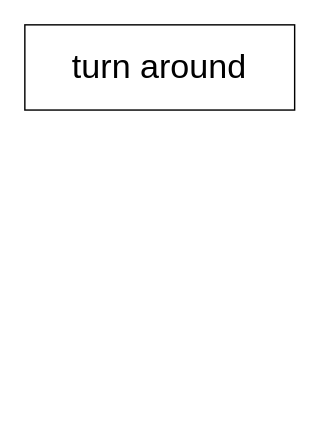
Above: document/work_flow.drawio in muzi2018/centauro_long_task (draw.io), before the change. Source tidied: cells renumbered, new cells numbered last; positions are measured from the earlier drawing's top-left corner, leaving out a move shared by most shapes. Both pictures are drawn from the tidied source at 142%, with x=0, y=0 at pixel (24, 24).
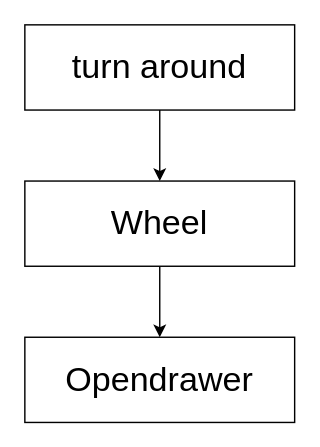
The same page after the edit.

What changed in the source:
```diff
@@
 <mxGraphModel>
   <root>
     <mxCell id="0" />
     <mxCell id="1" parent="0" />
+    <mxCell id="3" style="edgeStyle=none;html=1;" parent="1" edge="1" source="2">
+      <mxGeometry relative="1" as="geometry">
+        <mxPoint x="95" y="110" as="targetPoint" />
+      </mxGeometry>
+    </mxCell>
     <mxCell id="2" value="&lt;font style=&quot;font-size: 24px;&quot;&gt;turn around&lt;/font&gt;" style="rounded=0;whiteSpace=wrap;html=1;" parent="1" vertex="1">
       <mxGeometry width="190" height="60" as="geometry" />
     </mxCell>
+    <mxCell id="4" style="edgeStyle=none;html=1;fontSize=24;" parent="1" edge="1" source="5" target="6">
+      <mxGeometry relative="1" as="geometry" />
+    </mxCell>
+    <mxCell id="5" value="&lt;font style=&quot;font-size: 24px;&quot;&gt;Wheel&lt;/font&gt;" style="whiteSpace=wrap;html=1;rounded=0;" parent="1" vertex="1">
+      <mxGeometry y="110" width="190" height="60" as="geometry" />
+    </mxCell>
+    <mxCell id="6" value="&lt;font style=&quot;font-size: 24px;&quot;&gt;Opendrawer&lt;br&gt;&lt;/font&gt;" style="whiteSpace=wrap;html=1;rounded=0;" parent="1" vertex="1">
+      <mxGeometry y="220" width="190" height="60" as="geometry" />
+    </mxCell>
   </root>
 </mxGraphModel>
```
